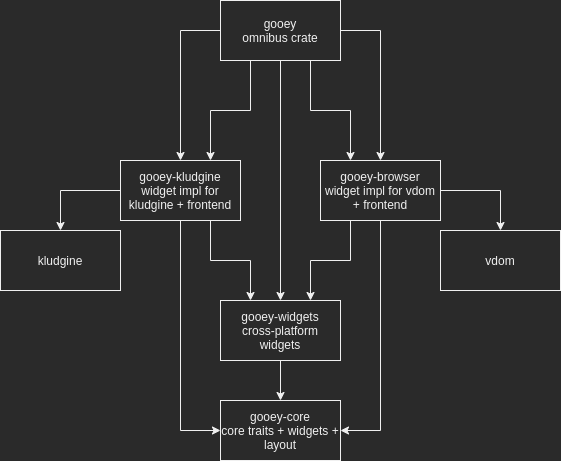
This is Gooey.png from khonsulabs/cushy, a draw.io export, as it was before one commit. Source tidied: cells renumbered, new cells last; positions are measured from the earlier drawing's top-left corner, leaving out a move shared by most shapes.
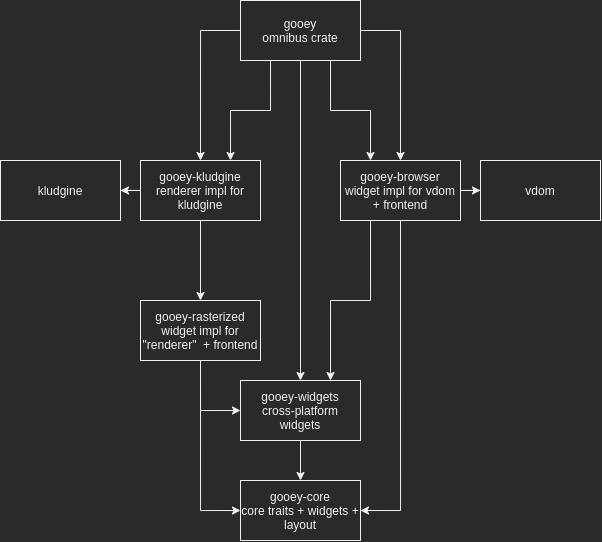
The same file after the commit.

The edit, as a diff of the source:
```diff
@@ -5,38 +5,35 @@
     <mxCell id="2" style="edgeStyle=orthogonalEdgeStyle;rounded=0;jettySize=auto;html=1;exitX=0.75;exitY=0;exitDx=0;exitDy=0;startArrow=classic;startFill=1;endArrow=none;endFill=0;entryX=0.25;entryY=1;entryDx=0;entryDy=0;" parent="1" edge="1" source="6" target="7">
       <mxGeometry relative="1" as="geometry" />
     </mxCell>
-    <mxCell id="3" style="edgeStyle=orthogonalEdgeStyle;rounded=0;jettySize=auto;html=1;exitX=0.5;exitY=1;exitDx=0;exitDy=0;entryX=0;entryY=0.5;entryDx=0;entryDy=0;" parent="1" edge="1" source="6" target="13">
+    <mxCell id="3" style="edgeStyle=orthogonalEdgeStyle;rounded=0;jettySize=auto;html=1;exitX=0.5;exitY=1;exitDx=0;exitDy=0;entryX=0;entryY=0.5;entryDx=0;entryDy=0;startArrow=none;" parent="1" edge="1" source="22" target="13">
       <mxGeometry relative="1" as="geometry" />
     </mxCell>
     <mxCell id="4" style="edgeStyle=orthogonalEdgeStyle;rounded=0;jettySize=auto;html=1;exitX=0.5;exitY=0;exitDx=0;exitDy=0;entryX=0;entryY=0.5;entryDx=0;entryDy=0;startArrow=classic;startFill=1;endArrow=none;endFill=0;" parent="1" edge="1" source="6" target="7">
       <mxGeometry relative="1" as="geometry" />
     </mxCell>
-    <mxCell id="5" style="edgeStyle=orthogonalEdgeStyle;rounded=0;jettySize=auto;html=1;exitX=0.75;exitY=1;exitDx=0;exitDy=0;entryX=0.25;entryY=0;entryDx=0;entryDy=0;" parent="1" edge="1" source="6" target="20">
-      <mxGeometry relative="1" as="geometry" />
-    </mxCell>
-    <mxCell id="6" value="gooey-kludgine&lt;br&gt;widget impl for kludgine + frontend" style="rounded=0;whiteSpace=wrap;html=1;" parent="1" vertex="1">
-      <mxGeometry x="120" y="160" width="120" height="60" as="geometry" />
+    <mxCell id="6" value="gooey-kludgine&lt;br&gt;renderer impl for kludgine" style="rounded=0;whiteSpace=wrap;html=1;" parent="1" vertex="1">
+      <mxGeometry x="200" y="160" width="120" height="60" as="geometry" />
     </mxCell>
     <mxCell id="7" value="gooey&lt;br&gt;omnibus crate" style="rounded=0;whiteSpace=wrap;html=1;" parent="1" vertex="1">
-      <mxGeometry x="220" width="120" height="60" as="geometry" />
+      <mxGeometry x="300" width="120" height="60" as="geometry" />
     </mxCell>
     <mxCell id="8" style="edgeStyle=orthogonalEdgeStyle;rounded=0;jettySize=auto;html=1;entryX=0;entryY=0.5;entryDx=0;entryDy=0;startArrow=classic;startFill=1;endArrow=none;endFill=0;" parent="1" edge="1" source="9" target="6">
       <mxGeometry relative="1" as="geometry" />
     </mxCell>
     <mxCell id="9" value="kludgine" style="rounded=0;whiteSpace=wrap;html=1;" parent="1" vertex="1">
-      <mxGeometry y="230" width="120" height="60" as="geometry" />
+      <mxGeometry x="60" y="160" width="120" height="60" as="geometry" />
     </mxCell>
     <mxCell id="10" style="edgeStyle=orthogonalEdgeStyle;rounded=0;jettySize=auto;html=1;entryX=1;entryY=0.5;entryDx=0;entryDy=0;endArrow=none;endFill=0;startArrow=classic;startFill=1;" parent="1" edge="1" source="11" target="18">
       <mxGeometry relative="1" as="geometry" />
     </mxCell>
     <mxCell id="11" value="vdom" style="rounded=0;whiteSpace=wrap;html=1;" parent="1" vertex="1">
-      <mxGeometry x="440" y="230" width="120" height="60" as="geometry" />
+      <mxGeometry x="540" y="160" width="120" height="60" as="geometry" />
     </mxCell>
     <mxCell id="12" style="edgeStyle=orthogonalEdgeStyle;rounded=0;jettySize=auto;html=1;exitX=0.5;exitY=1;exitDx=0;exitDy=0;entryX=0.5;entryY=0;entryDx=0;entryDy=0;" parent="1" edge="1" source="7" target="20">
       <mxGeometry relative="1" as="geometry" />
     </mxCell>
     <mxCell id="13" value="gooey-core&lt;br&gt;core traits + widgets + layout" style="rounded=0;whiteSpace=wrap;html=1;" parent="1" vertex="1">
-      <mxGeometry x="220" y="400" width="120" height="60" as="geometry" />
+      <mxGeometry x="300" y="480" width="120" height="60" as="geometry" />
     </mxCell>
     <mxCell id="14" style="edgeStyle=orthogonalEdgeStyle;rounded=0;jettySize=auto;html=1;exitX=0.25;exitY=0;exitDx=0;exitDy=0;endArrow=none;endFill=0;startArrow=classic;startFill=1;entryX=0.75;entryY=1;entryDx=0;entryDy=0;" parent="1" edge="1" source="18" target="7">
       <mxGeometry relative="1" as="geometry" />
@@ -51,13 +48,22 @@
       <mxGeometry relative="1" as="geometry" />
     </mxCell>
     <mxCell id="18" value="gooey-browser&lt;br&gt;widget impl for vdom + frontend" style="rounded=0;whiteSpace=wrap;html=1;" parent="1" vertex="1">
-      <mxGeometry x="320" y="160" width="120" height="60" as="geometry" />
+      <mxGeometry x="400" y="160" width="120" height="60" as="geometry" />
     </mxCell>
     <mxCell id="19" style="edgeStyle=orthogonalEdgeStyle;rounded=0;jettySize=auto;html=1;exitX=0.5;exitY=1;exitDx=0;exitDy=0;entryX=0.5;entryY=0;entryDx=0;entryDy=0;" parent="1" edge="1" source="20" target="13">
       <mxGeometry relative="1" as="geometry" />
     </mxCell>
     <mxCell id="20" value="gooey-widgets&lt;br&gt;cross-platform widgets" style="rounded=0;whiteSpace=wrap;html=1;" parent="1" vertex="1">
-      <mxGeometry x="220" y="300" width="120" height="60" as="geometry" />
+      <mxGeometry x="300" y="380" width="120" height="60" as="geometry" />
     </mxCell>
+    <mxCell id="21" style="edgeStyle=orthogonalEdgeStyle;rounded=0;jettySize=auto;html=1;exitX=0.5;exitY=1;exitDx=0;exitDy=0;entryX=0;entryY=0.5;entryDx=0;entryDy=0;startArrow=none;startFill=0;endArrow=classic;endFill=1;" parent="1" edge="1" source="22" target="20">
+      <mxGeometry relative="1" as="geometry" />
+    </mxCell>
+    <mxCell id="22" value="gooey-rasterized&lt;br&gt;widget impl for &quot;renderer&quot;&amp;nbsp;&amp;nbsp;+ frontend" style="rounded=0;whiteSpace=wrap;html=1;" parent="1" vertex="1">
+      <mxGeometry x="200" y="300" width="120" height="60" as="geometry" />
+    </mxCell>
+    <mxCell id="23" style="edgeStyle=orthogonalEdgeStyle;rounded=0;jettySize=auto;html=1;exitX=0.5;exitY=1;exitDx=0;exitDy=0;entryX=0.5;entryY=0;entryDx=0;entryDy=0;endArrow=classic;startArrow=none;startFill=0;endFill=1;" parent="1" edge="1" source="6" target="22">
+      <mxGeometry relative="1" as="geometry" />
+    </mxCell>
   </root>
 </mxGraphModel>
```
